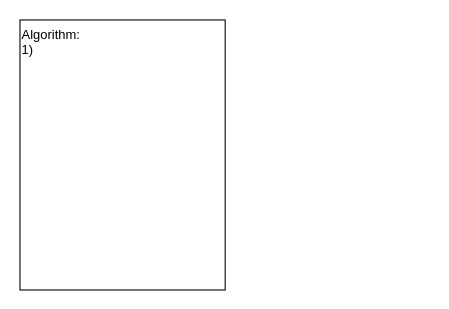
Before: planning/Design_Prototypes_Drawio/Final_Design/Flowchart/Final_Design_Prototype_Flowchart.drawio in MichaelHayesMC/Tic-Tac-Toe, a draw.io diagram. Source tidied: cells renumbered, new cells numbered last; positions are measured from the earlier drawing's top-left corner, leaving out a move shared by most shapes. Both pictures are drawn from the tidied source at 108%, with x=0, y=0 at pixel (19, 19).
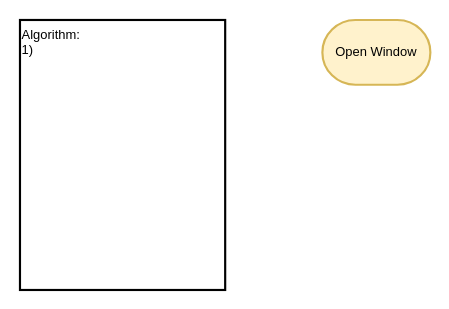
The same diagram, later.

Commit message:
Created first iterations of flowchart

The edit, as a diff of the source:
```diff
@@
 <mxGraphModel>
   <root>
     <mxCell id="0" />
     <mxCell id="1" parent="0" />
-    <mxCell id="2" value="Algorithm:&lt;br&gt;1)&amp;nbsp;" style="rounded=0;whiteSpace=wrap;html=1;align=left;verticalAlign=top;" parent="1" vertex="1">
+    <mxCell id="2" value="Algorithm:&lt;br&gt;1)&amp;nbsp;" style="rounded=0;whiteSpace=wrap;html=1;align=left;verticalAlign=top;strokeWidth=2;" parent="1" vertex="1">
       <mxGeometry width="190" height="250" as="geometry" />
     </mxCell>
+    <mxCell id="3" value="Open Window" style="strokeWidth=2;html=1;shape=mxgraph.flowchart.terminator;whiteSpace=wrap;fillColor=#fff2cc;strokeColor=#d6b656;" parent="1" vertex="1">
+      <mxGeometry x="280" width="100" height="60" as="geometry" />
+    </mxCell>
   </root>
 </mxGraphModel>
```
